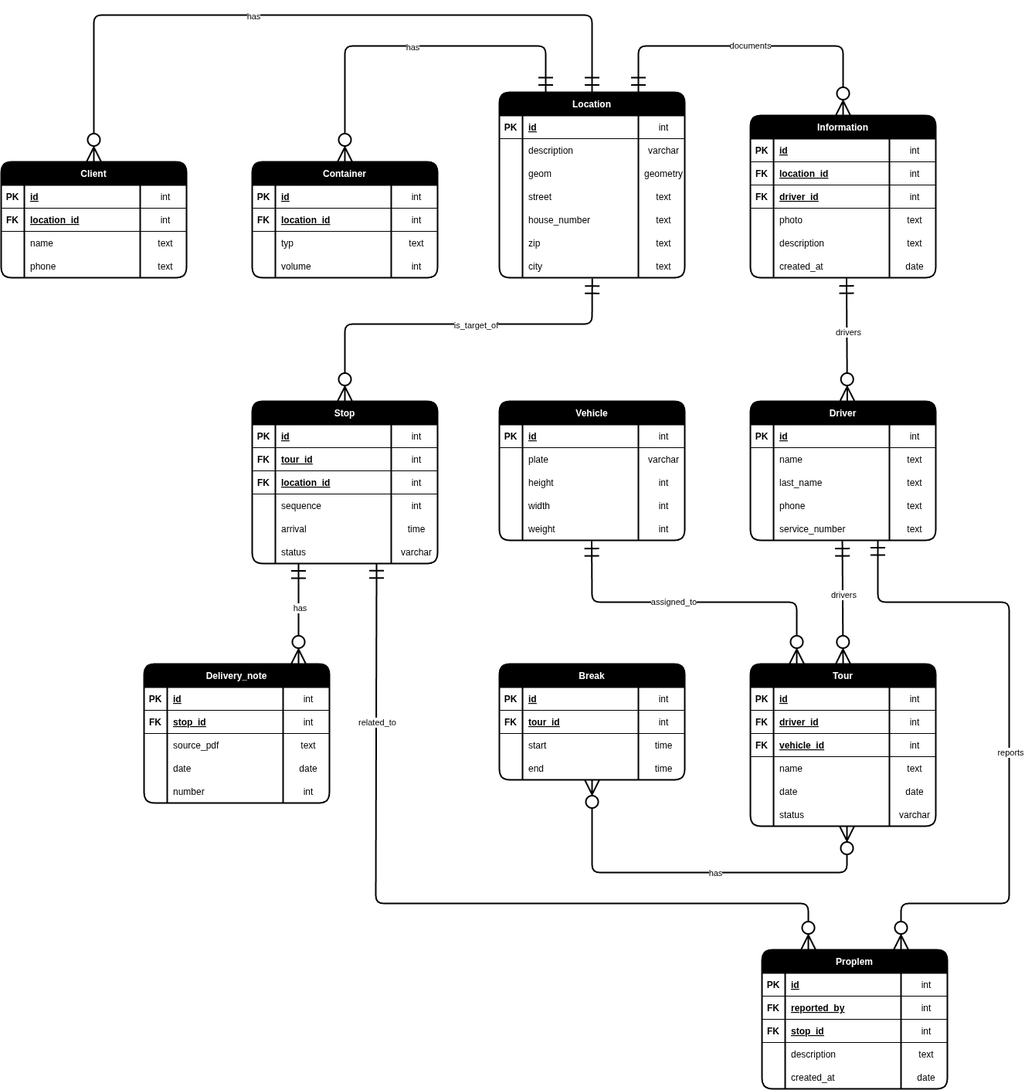
gabrielbindi/VoBi-Tour keeps this draw.io diagram as docs/database/erd.drawio.png. Above is the earlier version. Source tidied: cells renumbered, new cells last; positions are measured from the earlier drawing's top-left corner, leaving out a move shared by most shapes.
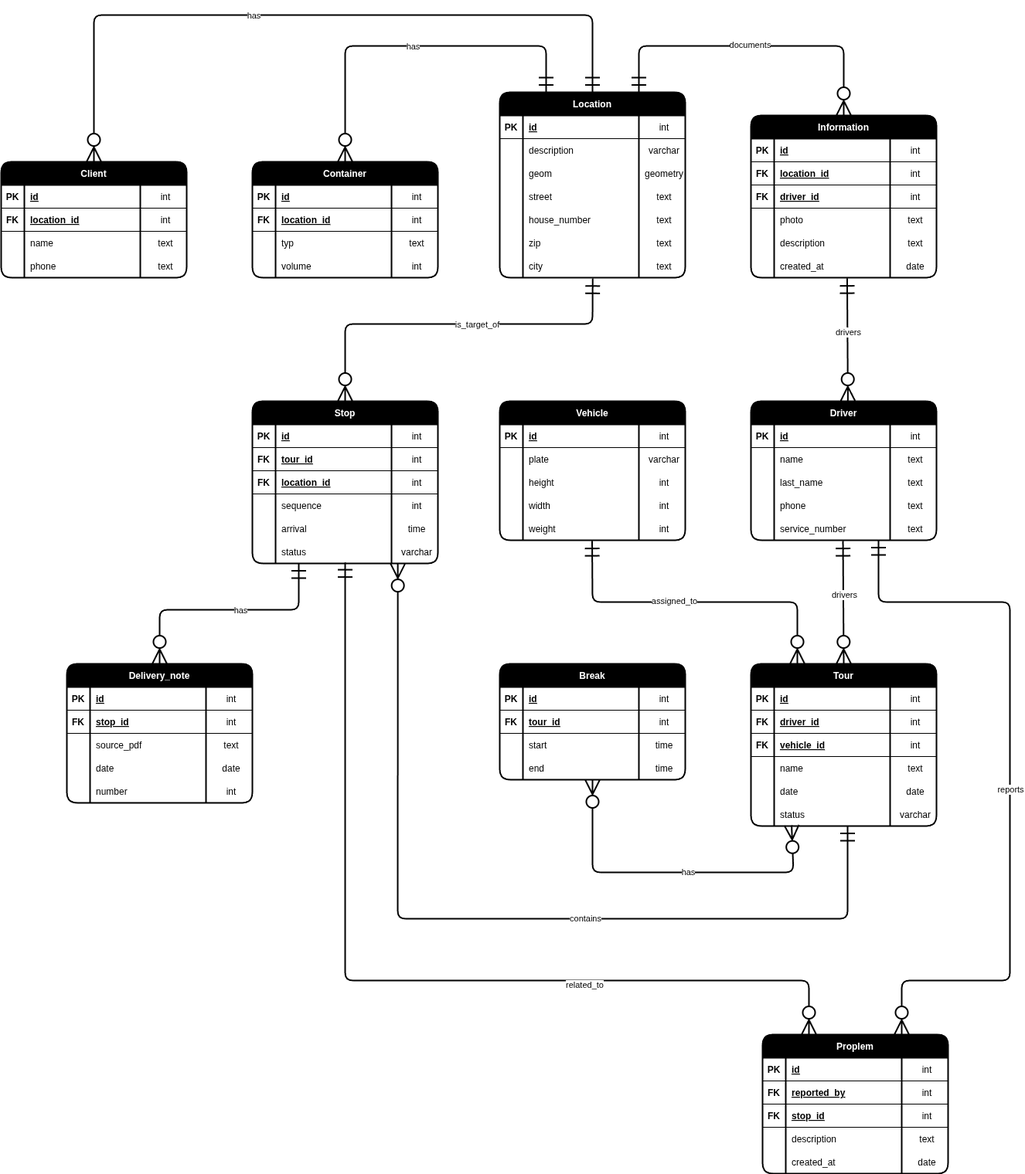
Above is the later version.

Commit message:
#19 A Tour has many Stops

What changed in the source:
```diff
@@ -197,13 +197,12 @@
     <mxCell id="66" value="time" style="shape=partialRectangle;fillColor=none;top=0;left=0;bottom=0;right=0;align=center;spacingLeft=6;overflow=hidden;" parent="63" vertex="1">
       <mxGeometry x="180" width="60" height="30" as="geometry" />
     </mxCell>
-    <mxCell id="67" style="fontSize=12;html=1;endArrow=ERzeroToMany;endFill=1;startArrow=ERzeroToMany;endSize=16;startSize=16;strokeWidth=2;" parent="1" edge="1">
+    <mxCell id="67" style="fontSize=12;html=1;endArrow=ERzeroToMany;endFill=1;startArrow=ERzeroToMany;endSize=16;startSize=16;strokeWidth=2;entryX=0.219;entryY=0.959;entryDx=0;entryDy=0;entryPerimeter=0;" parent="1" edge="1" target="44">
       <mxGeometry relative="1" as="geometry">
         <mxPoint x="765" y="990" as="sourcePoint" />
-        <mxPoint x="1095" y="1050" as="targetPoint" />
         <Array as="points">
           <mxPoint x="765" y="1110" />
-          <mxPoint x="1095" y="1110" />
+          <mxPoint x="1025" y="1110" />
         </Array>
       </mxGeometry>
     </mxCell>
@@ -213,7 +212,7 @@
       </mxGeometry>
     </mxCell>
     <mxCell id="69" value="Proplem" style="shape=table;startSize=30;rowLines=0;fontStyle=1;align=center;swimlaneFillColor=none;fillColor=#000000;fontColor=#FFFFFF;strokeWidth=2;rounded=1;" parent="1" vertex="1">
-      <mxGeometry x="985" y="1210" width="240" height="180" as="geometry" />
+      <mxGeometry x="985" y="1320" width="240" height="180" as="geometry" />
     </mxCell>
     <mxCell id="70" style="shape=tableRow;horizontal=0;startSize=0;swimlaneHead=0;swimlaneBody=0;fillColor=none;top=0;left=0;right=0;bottom=1;" parent="69" vertex="1">
       <mxGeometry y="30" width="240" height="30" as="geometry" />
@@ -281,8 +280,8 @@
         <Array as="points">
           <mxPoint x="1135" y="760" />
           <mxPoint x="1305" y="760" />
-          <mxPoint x="1305" y="1150" />
-          <mxPoint x="1165" y="1150" />
+          <mxPoint x="1305" y="1250" />
+          <mxPoint x="1165" y="1250" />
         </Array>
       </mxGeometry>
     </mxCell>
@@ -764,21 +763,21 @@
     <mxCell id="237" value="is_target_of" style="edgeLabel;html=1;align=center;verticalAlign=middle;" parent="236" vertex="1">
       <mxGeometry x="-0.13" y="1" relative="1" as="geometry" />
     </mxCell>
-    <mxCell id="238" style="fontSize=12;html=1;endArrow=ERzeroToMany;startArrow=ERmandOne;entryX=0.25;entryY=0;entryDx=0;entryDy=0;endSize=16;startSize=16;targetPerimeterSpacing=0;strokeWidth=2;exitX=0.671;exitY=0.991;exitDx=0;exitDy=0;exitPerimeter=0;" parent="1" edge="1" source="232" target="69">
+    <mxCell id="238" style="fontSize=12;html=1;endArrow=ERzeroToMany;startArrow=ERmandOne;entryX=0.25;entryY=0;entryDx=0;entryDy=0;endSize=16;startSize=16;targetPerimeterSpacing=0;strokeWidth=2;exitX=0.5;exitY=0.953;exitDx=0;exitDy=0;exitPerimeter=0;" parent="1" edge="1" source="232" target="69">
       <mxGeometry relative="1" as="geometry">
         <Array as="points">
-          <mxPoint x="485" y="1150" />
-          <mxPoint x="1045" y="1150" />
+          <mxPoint x="445" y="1250" />
+          <mxPoint x="1045" y="1250" />
         </Array>
       </mxGeometry>
     </mxCell>
     <mxCell id="239" value="related_to" style="edgeLabel;html=1;align=center;verticalAlign=middle;" parent="238" vertex="1">
       <mxGeometry x="-0.13" y="1" relative="1" as="geometry">
-        <mxPoint x="-22" y="-234" as="offset" />
+        <mxPoint x="309" y="18" as="offset" />
       </mxGeometry>
     </mxCell>
     <mxCell id="240" value="Delivery_note" style="shape=table;startSize=30;rowLines=0;fontStyle=1;align=center;swimlaneFillColor=none;fillColor=#000000;fontColor=#FFFFFF;strokeWidth=2;rounded=1;" parent="1" vertex="1">
-      <mxGeometry x="185" y="840" width="240" height="180" as="geometry" />
+      <mxGeometry x="85" y="840" width="240" height="180" as="geometry" />
     </mxCell>
     <mxCell id="241" style="shape=tableRow;horizontal=0;startSize=0;swimlaneHead=0;swimlaneBody=0;fillColor=none;top=0;left=0;right=0;bottom=1;" parent="240" vertex="1">
       <mxGeometry y="30" width="240" height="30" as="geometry" />
@@ -840,14 +839,31 @@
     <mxCell id="260" value="int" style="shape=partialRectangle;fillColor=none;top=0;left=0;bottom=0;right=0;align=center;spacingLeft=6;overflow=hidden;" parent="257" vertex="1">
       <mxGeometry x="180" width="60" height="30" as="geometry" />
     </mxCell>
-    <mxCell id="261" style="fontSize=12;html=1;endArrow=ERzeroToMany;startArrow=ERmandOne;endSize=16;startSize=16;targetPerimeterSpacing=0;strokeWidth=2;exitX=0.496;exitY=1.037;exitDx=0;exitDy=0;exitPerimeter=0;" parent="1" edge="1">
+    <mxCell id="261" style="fontSize=12;html=1;endArrow=ERzeroToMany;startArrow=ERmandOne;endSize=16;startSize=16;targetPerimeterSpacing=0;strokeWidth=2;exitX=0.496;exitY=1.037;exitDx=0;exitDy=0;exitPerimeter=0;entryX=0.5;entryY=0;entryDx=0;entryDy=0;" parent="1" edge="1" target="240">
       <mxGeometry relative="1" as="geometry">
         <mxPoint x="385" y="710" as="sourcePoint" />
-        <mxPoint x="385" y="840" as="targetPoint" />
+        <Array as="points">
+          <mxPoint x="385" y="770" />
+          <mxPoint x="205" y="770" />
+        </Array>
       </mxGeometry>
     </mxCell>
     <mxCell id="262" value="has" style="edgeLabel;html=1;align=center;verticalAlign=middle;" parent="261" vertex="1">
       <mxGeometry x="-0.13" y="1" relative="1" as="geometry" />
     </mxCell>
+    <mxCell id="263" style="fontSize=12;html=1;endArrow=ERzeroToMany;startArrow=ERmandOne;entryX=0.784;entryY=1.004;entryDx=0;entryDy=0;endSize=16;startSize=16;targetPerimeterSpacing=0;strokeWidth=2;exitX=0.496;exitY=1.037;exitDx=0;exitDy=0;exitPerimeter=0;entryPerimeter=0;" parent="1" edge="1" target="232">
+      <mxGeometry relative="1" as="geometry">
+        <mxPoint x="1095" y="1050" as="sourcePoint" />
+        <Array as="points">
+          <mxPoint x="1095" y="1170" />
+          <mxPoint x="513" y="1170" />
+        </Array>
+      </mxGeometry>
+    </mxCell>
+    <mxCell id="264" value="contains" style="edgeLabel;html=1;align=center;verticalAlign=middle;" parent="263" vertex="1">
+      <mxGeometry x="-0.13" y="1" relative="1" as="geometry">
+        <mxPoint x="47" y="-1" as="offset" />
+      </mxGeometry>
+    </mxCell>
   </root>
 </mxGraphModel>
```
